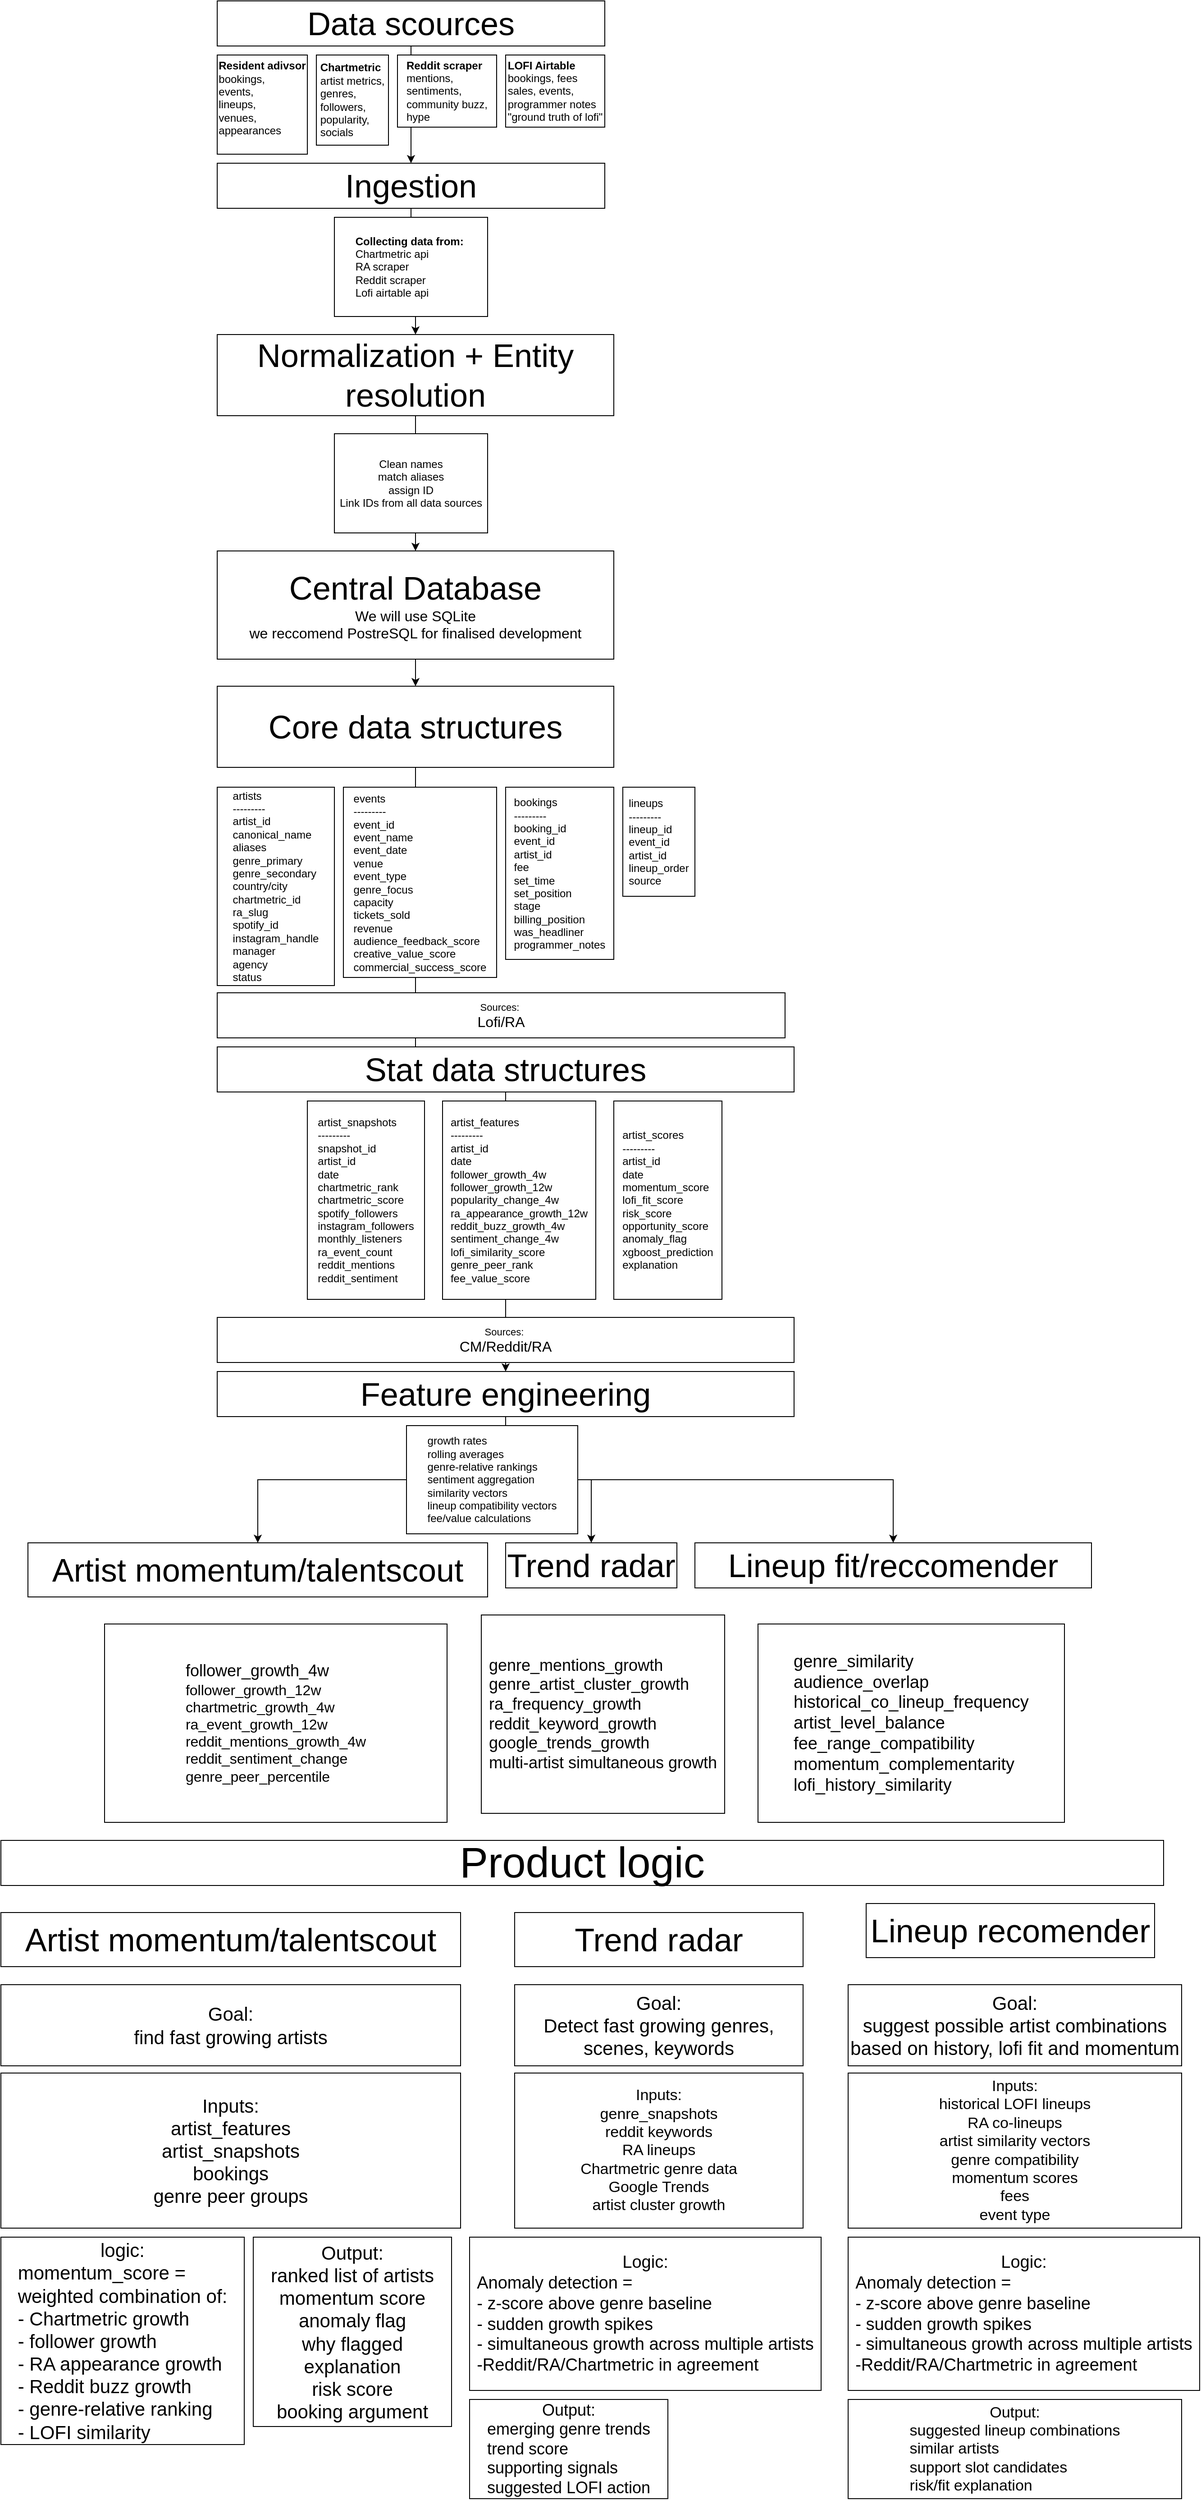
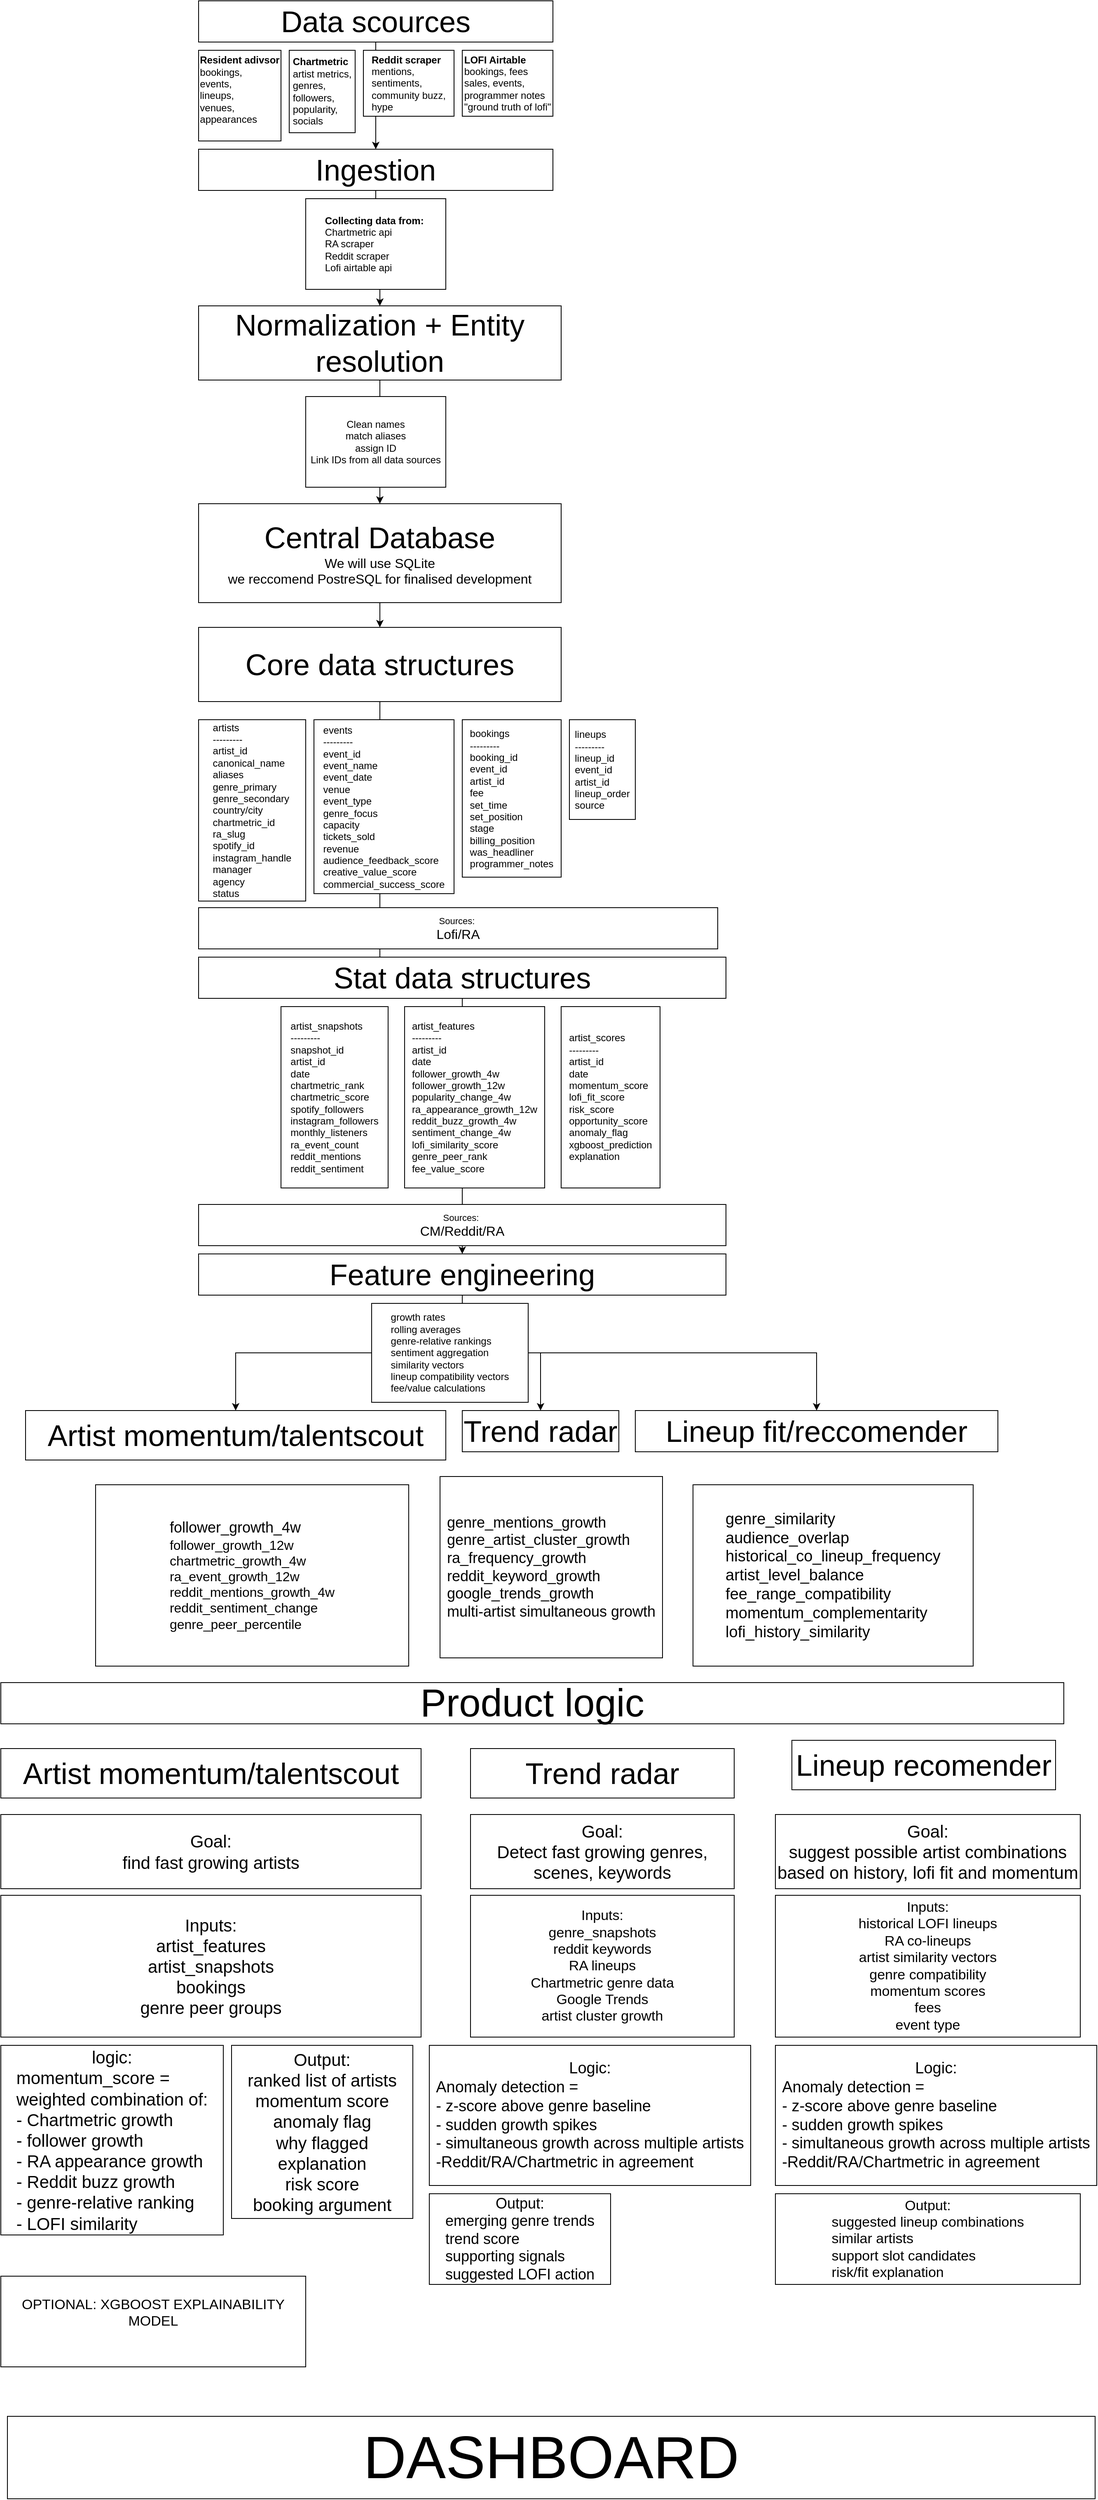
<mxfile host="app.diagrams.net">
  <diagram name="Pagina-1" id="EbsHlEUmd5C1XQdSKPcw">
-     <mxGraphModel dx="2836" dy="1077" grid="1" gridSize="10" guides="1" tooltips="1" connect="1" arrows="1" fold="1" page="1" pageScale="1" pageWidth="827" pageHeight="1169" math="0" shadow="0">
+     <mxGraphModel dx="2481" dy="887" grid="1" gridSize="10" guides="1" tooltips="1" connect="1" arrows="1" fold="1" page="1" pageScale="1" pageWidth="827" pageHeight="1169" math="0" shadow="0">
      <root>
        <mxCell id="0" />
        <mxCell id="1" parent="0" />
        <mxCell id="IS1pQjUSRLfmHb4GL3-O-3" edge="1" parent="1" source="IS1pQjUSRLfmHb4GL3-O-1" style="edgeStyle=orthogonalEdgeStyle;rounded=0;orthogonalLoop=1;jettySize=auto;html=1;" target="IS1pQjUSRLfmHb4GL3-O-2" value="">
          <mxGeometry relative="1" as="geometry" />
        </mxCell>
        <mxCell id="IS1pQjUSRLfmHb4GL3-O-1" parent="1" style="rounded=0;whiteSpace=wrap;html=1;" value="&lt;font style=&quot;font-size: 36px;&quot;&gt;Data scources&lt;/font&gt;" vertex="1">
          <mxGeometry height="50" width="430" x="120" y="40" as="geometry" />
        </mxCell>
        <mxCell id="IS1pQjUSRLfmHb4GL3-O-5" edge="1" parent="1" source="IS1pQjUSRLfmHb4GL3-O-2" style="edgeStyle=orthogonalEdgeStyle;rounded=0;orthogonalLoop=1;jettySize=auto;html=1;" target="IS1pQjUSRLfmHb4GL3-O-4" value="">
          <mxGeometry relative="1" as="geometry" />
        </mxCell>
        <mxCell id="IS1pQjUSRLfmHb4GL3-O-2" parent="1" style="whiteSpace=wrap;html=1;rounded=0;" value="&lt;div&gt;&lt;font style=&quot;font-size: 36px;&quot;&gt;Ingestion&lt;/font&gt;&lt;/div&gt;" vertex="1">
          <mxGeometry height="50" width="430" x="120" y="220" as="geometry" />
        </mxCell>
        <mxCell id="IS1pQjUSRLfmHb4GL3-O-13" edge="1" parent="1" source="IS1pQjUSRLfmHb4GL3-O-4" style="edgeStyle=orthogonalEdgeStyle;rounded=0;orthogonalLoop=1;jettySize=auto;html=1;" target="IS1pQjUSRLfmHb4GL3-O-12" value="">
          <mxGeometry relative="1" as="geometry" />
        </mxCell>
        <mxCell id="IS1pQjUSRLfmHb4GL3-O-4" parent="1" style="whiteSpace=wrap;html=1;rounded=0;" value="&lt;font style=&quot;font-size: 36px;&quot;&gt;Normalization + Entity resolution&lt;/font&gt;" vertex="1">
          <mxGeometry height="90" width="440" x="120" y="410" as="geometry" />
        </mxCell>
        <mxCell id="IS1pQjUSRLfmHb4GL3-O-7" parent="1" style="rounded=0;whiteSpace=wrap;html=1;" value="&lt;div style=&quot;text-align: left;&quot;&gt;&lt;b&gt;Chartmetric&lt;/b&gt;&lt;/div&gt;&lt;div style=&quot;text-align: left;&quot;&gt;artist metrics,&lt;/div&gt;&lt;div style=&quot;text-align: left;&quot;&gt;genres,&amp;nbsp;&lt;/div&gt;&lt;div style=&quot;text-align: left;&quot;&gt;followers,&amp;nbsp;&lt;/div&gt;&lt;div style=&quot;text-align: left;&quot;&gt;popularity,&amp;nbsp;&lt;/div&gt;&lt;div style=&quot;text-align: left;&quot;&gt;socials&lt;/div&gt;" vertex="1">
          <mxGeometry height="100" width="80" x="230" y="100" as="geometry" />
        </mxCell>
        <mxCell id="IS1pQjUSRLfmHb4GL3-O-8" parent="1" style="rounded=0;whiteSpace=wrap;html=1;" value="&lt;div style=&quot;text-align: left;&quot;&gt;&lt;b&gt;Resident adivsor&lt;/b&gt;&lt;/div&gt;&lt;div style=&quot;text-align: left;&quot;&gt;bookings,&lt;/div&gt;&lt;div style=&quot;text-align: left;&quot;&gt;events,&lt;/div&gt;&lt;div style=&quot;text-align: left;&quot;&gt;lineups,&lt;/div&gt;&lt;div style=&quot;text-align: left;&quot;&gt;venues,&lt;/div&gt;&lt;div style=&quot;text-align: left;&quot;&gt;appearances&lt;/div&gt;&lt;div style=&quot;text-align: left;&quot;&gt;&lt;b&gt;&lt;br&gt;&lt;/b&gt;&lt;/div&gt;" vertex="1">
          <mxGeometry height="110" width="100" x="120" y="100" as="geometry" />
        </mxCell>
        <mxCell id="IS1pQjUSRLfmHb4GL3-O-9" parent="1" style="rounded=0;whiteSpace=wrap;html=1;" value="&lt;div style=&quot;text-align: left;&quot;&gt;&lt;b style=&quot;background-color: transparent; color: light-dark(rgb(0, 0, 0), rgb(255, 255, 255));&quot;&gt;Reddit scraper&lt;/b&gt;&lt;/div&gt;&lt;div style=&quot;text-align: left;&quot;&gt;mentions,&lt;/div&gt;&lt;div style=&quot;text-align: left;&quot;&gt;sentiments,&lt;/div&gt;&lt;div style=&quot;text-align: left;&quot;&gt;community buzz,&lt;/div&gt;&lt;div style=&quot;text-align: left;&quot;&gt;hype&lt;/div&gt;" vertex="1">
          <mxGeometry height="80" width="110" x="320" y="100" as="geometry" />
        </mxCell>
        <mxCell id="IS1pQjUSRLfmHb4GL3-O-10" parent="1" style="rounded=0;whiteSpace=wrap;html=1;" value="&lt;div style=&quot;text-align: left;&quot;&gt;&lt;b&gt;LOFI Airtable&lt;/b&gt;&lt;/div&gt;&lt;div style=&quot;text-align: left;&quot;&gt;bookings, fees&lt;/div&gt;&lt;div style=&quot;text-align: left;&quot;&gt;sales, events,&lt;/div&gt;&lt;div style=&quot;text-align: left;&quot;&gt;programmer notes&lt;/div&gt;&lt;div style=&quot;text-align: left;&quot;&gt;&quot;ground truth of lofi&quot;&lt;/div&gt;" vertex="1">
          <mxGeometry height="80" width="110" x="440" y="100" as="geometry" />
        </mxCell>
        <mxCell id="IS1pQjUSRLfmHb4GL3-O-11" parent="1" style="rounded=0;whiteSpace=wrap;html=1;" value="&lt;div style=&quot;text-align: left;&quot;&gt;&lt;b&gt;Collecting data from:&amp;nbsp;&lt;/b&gt;&lt;/div&gt;&lt;div style=&quot;text-align: left;&quot;&gt;Chartmetric api&lt;/div&gt;&lt;div style=&quot;text-align: left;&quot;&gt;RA scraper&lt;/div&gt;&lt;div style=&quot;text-align: left;&quot;&gt;Reddit scraper&lt;/div&gt;&lt;div style=&quot;text-align: left;&quot;&gt;Lofi airtable api&lt;/div&gt;" vertex="1">
          <mxGeometry height="110" width="170" x="250" y="280" as="geometry" />
        </mxCell>
        <mxCell id="IS1pQjUSRLfmHb4GL3-O-15" edge="1" parent="1" source="IS1pQjUSRLfmHb4GL3-O-12" style="edgeStyle=orthogonalEdgeStyle;rounded=0;orthogonalLoop=1;jettySize=auto;html=1;" target="IS1pQjUSRLfmHb4GL3-O-14" value="">
          <mxGeometry relative="1" as="geometry" />
        </mxCell>
        <mxCell id="IS1pQjUSRLfmHb4GL3-O-12" parent="1" style="whiteSpace=wrap;html=1;rounded=0;" value="&lt;span style=&quot;font-size: 36px;&quot;&gt;Central Database&lt;/span&gt;&lt;div&gt;&lt;font size=&quot;3&quot;&gt;We will use SQLite&lt;/font&gt;&lt;/div&gt;&lt;div&gt;&lt;font size=&quot;3&quot;&gt;we reccomend PostreSQL for finalised development&lt;/font&gt;&lt;/div&gt;" vertex="1">
          <mxGeometry height="120" width="440" x="120" y="650" as="geometry" />
        </mxCell>
        <mxCell id="IS1pQjUSRLfmHb4GL3-O-31" edge="1" parent="1" source="IS1pQjUSRLfmHb4GL3-O-14" style="edgeStyle=orthogonalEdgeStyle;rounded=0;orthogonalLoop=1;jettySize=auto;html=1;" target="IS1pQjUSRLfmHb4GL3-O-33" value="">
          <mxGeometry relative="1" as="geometry" />
        </mxCell>
        <mxCell id="IS1pQjUSRLfmHb4GL3-O-14" parent="1" style="whiteSpace=wrap;html=1;rounded=0;" value="&lt;font style=&quot;font-size: 36px;&quot;&gt;Core data structures&lt;/font&gt;" vertex="1">
          <mxGeometry height="90" width="440" x="120" y="800" as="geometry" />
        </mxCell>
        <mxCell id="IS1pQjUSRLfmHb4GL3-O-16" parent="1" style="rounded=0;whiteSpace=wrap;html=1;" value="Clean names&lt;div&gt;match aliases&lt;/div&gt;&lt;div&gt;assign ID&lt;/div&gt;&lt;div&gt;Link IDs from all data sources&lt;/div&gt;" vertex="1">
          <mxGeometry height="110" width="170" x="250" y="520" as="geometry" />
        </mxCell>
        <mxCell id="IS1pQjUSRLfmHb4GL3-O-17" parent="1" style="rounded=0;whiteSpace=wrap;html=1;" value="&lt;div style=&quot;text-align: justify;&quot;&gt;artists&lt;/div&gt;&lt;div style=&quot;text-align: justify;&quot;&gt;---------&lt;/div&gt;&lt;div style=&quot;text-align: justify;&quot;&gt;artist_id&lt;/div&gt;&lt;div style=&quot;text-align: justify;&quot;&gt;canonical_name&lt;/div&gt;&lt;div style=&quot;text-align: justify;&quot;&gt;aliases&lt;/div&gt;&lt;div style=&quot;text-align: justify;&quot;&gt;genre_primary&lt;/div&gt;&lt;div style=&quot;text-align: justify;&quot;&gt;genre_secondary&lt;/div&gt;&lt;div style=&quot;text-align: justify;&quot;&gt;country/city&lt;/div&gt;&lt;div style=&quot;text-align: justify;&quot;&gt;chartmetric_id&lt;/div&gt;&lt;div style=&quot;text-align: justify;&quot;&gt;ra_slug&lt;/div&gt;&lt;div style=&quot;text-align: justify;&quot;&gt;spotify_id&lt;/div&gt;&lt;div style=&quot;text-align: justify;&quot;&gt;instagram_handle&lt;/div&gt;&lt;div style=&quot;text-align: justify;&quot;&gt;manager&lt;/div&gt;&lt;div style=&quot;text-align: justify;&quot;&gt;agency&lt;/div&gt;&lt;div style=&quot;text-align: justify;&quot;&gt;status&lt;/div&gt;" vertex="1">
          <mxGeometry height="220" width="130" x="120" y="912" as="geometry" />
        </mxCell>
        <mxCell id="IS1pQjUSRLfmHb4GL3-O-19" parent="1" style="rounded=0;whiteSpace=wrap;html=1;" value="&lt;div style=&quot;text-align: justify;&quot;&gt;&lt;div&gt;events&lt;/div&gt;&lt;div&gt;---------&lt;/div&gt;&lt;div&gt;event_id&lt;/div&gt;&lt;div&gt;event_name&lt;/div&gt;&lt;div&gt;event_date&lt;/div&gt;&lt;div&gt;venue&lt;/div&gt;&lt;div&gt;event_type&lt;/div&gt;&lt;div&gt;genre_focus&lt;/div&gt;&lt;div&gt;capacity&lt;/div&gt;&lt;div&gt;tickets_sold&lt;/div&gt;&lt;div&gt;revenue&lt;/div&gt;&lt;div&gt;audience_feedback_score&lt;/div&gt;&lt;div&gt;creative_value_score&lt;/div&gt;&lt;div&gt;commercial_success_score&lt;/div&gt;&lt;/div&gt;" vertex="1">
          <mxGeometry height="211" width="170" x="260" y="912" as="geometry" />
        </mxCell>
        <mxCell id="IS1pQjUSRLfmHb4GL3-O-20" parent="1" style="rounded=0;whiteSpace=wrap;html=1;" value="&lt;div style=&quot;text-align: justify;&quot;&gt;&lt;div&gt;bookings&lt;/div&gt;&lt;div&gt;---------&lt;/div&gt;&lt;div&gt;booking_id&lt;/div&gt;&lt;div&gt;event_id&lt;/div&gt;&lt;div&gt;artist_id&lt;/div&gt;&lt;div&gt;fee&lt;/div&gt;&lt;div&gt;set_time&lt;/div&gt;&lt;div&gt;set_position&lt;/div&gt;&lt;div&gt;stage&lt;/div&gt;&lt;div&gt;billing_position&lt;/div&gt;&lt;div&gt;was_headliner&lt;/div&gt;&lt;div&gt;programmer_notes&lt;/div&gt;&lt;/div&gt;" vertex="1">
          <mxGeometry height="191" width="120" x="440" y="912" as="geometry" />
        </mxCell>
        <mxCell id="IS1pQjUSRLfmHb4GL3-O-21" parent="1" style="rounded=0;whiteSpace=wrap;html=1;" value="&lt;div style=&quot;text-align: justify;&quot;&gt;&lt;div&gt;lineups&lt;/div&gt;&lt;div&gt;---------&lt;/div&gt;&lt;div&gt;lineup_id&lt;/div&gt;&lt;div&gt;event_id&lt;/div&gt;&lt;div&gt;artist_id&lt;/div&gt;&lt;div&gt;lineup_order&lt;/div&gt;&lt;div&gt;source&lt;/div&gt;&lt;/div&gt;" vertex="1">
          <mxGeometry height="121" width="80" x="570" y="912" as="geometry" />
        </mxCell>
        <mxCell id="IS1pQjUSRLfmHb4GL3-O-24" parent="1" style="whiteSpace=wrap;html=1;rounded=0;" value="&lt;font style=&quot;font-size: 11px;&quot;&gt;Sources:&amp;nbsp;&lt;/font&gt;&lt;div&gt;&lt;font size=&quot;3&quot;&gt;Lofi/RA&lt;/font&gt;&lt;/div&gt;" vertex="1">
          <mxGeometry height="50" width="630" x="120" y="1140" as="geometry" />
        </mxCell>
        <mxCell id="IS1pQjUSRLfmHb4GL3-O-26" parent="1" style="whiteSpace=wrap;html=1;rounded=0;" value="&lt;span style=&quot;font-size: 36px;&quot;&gt;Stat data structures&lt;/span&gt;" vertex="1">
          <mxGeometry height="50" width="640" x="120" y="1200" as="geometry" />
        </mxCell>
        <mxCell id="IS1pQjUSRLfmHb4GL3-O-27" parent="1" style="rounded=0;whiteSpace=wrap;html=1;" value="&lt;div style=&quot;text-align: justify;&quot;&gt;&lt;div&gt;artist_snapshots&lt;/div&gt;&lt;div&gt;---------&lt;/div&gt;&lt;div&gt;snapshot_id&lt;/div&gt;&lt;div&gt;artist_id&lt;/div&gt;&lt;div&gt;date&lt;/div&gt;&lt;div&gt;chartmetric_rank&lt;/div&gt;&lt;div&gt;chartmetric_score&lt;/div&gt;&lt;div&gt;spotify_followers&lt;/div&gt;&lt;div&gt;instagram_followers&lt;/div&gt;&lt;div&gt;monthly_listeners&lt;/div&gt;&lt;div&gt;ra_event_count&lt;/div&gt;&lt;div&gt;reddit_mentions&lt;/div&gt;&lt;div&gt;reddit_sentiment&lt;/div&gt;&lt;/div&gt;" vertex="1">
          <mxGeometry height="220" width="130" x="220" y="1260" as="geometry" />
        </mxCell>
        <mxCell id="IS1pQjUSRLfmHb4GL3-O-28" parent="1" style="rounded=0;whiteSpace=wrap;html=1;" value="&lt;div style=&quot;text-align: justify;&quot;&gt;&lt;div&gt;artist_features&lt;/div&gt;&lt;div&gt;---------&lt;/div&gt;&lt;div&gt;artist_id&lt;/div&gt;&lt;div&gt;date&lt;/div&gt;&lt;div&gt;follower_growth_4w&lt;/div&gt;&lt;div&gt;follower_growth_12w&lt;/div&gt;&lt;div&gt;popularity_change_4w&lt;/div&gt;&lt;div&gt;ra_appearance_growth_12w&lt;/div&gt;&lt;div&gt;reddit_buzz_growth_4w&lt;/div&gt;&lt;div&gt;sentiment_change_4w&lt;/div&gt;&lt;div&gt;lofi_similarity_score&lt;/div&gt;&lt;div&gt;genre_peer_rank&lt;/div&gt;&lt;div&gt;fee_value_score&lt;/div&gt;&lt;/div&gt;" vertex="1">
          <mxGeometry height="220" width="170" x="370" y="1260" as="geometry" />
        </mxCell>
        <mxCell id="IS1pQjUSRLfmHb4GL3-O-29" parent="1" style="rounded=0;whiteSpace=wrap;html=1;" value="&lt;div style=&quot;text-align: justify;&quot;&gt;&lt;div&gt;artist_scores&lt;/div&gt;&lt;div&gt;---------&lt;/div&gt;&lt;div&gt;artist_id&lt;/div&gt;&lt;div&gt;date&lt;/div&gt;&lt;div&gt;momentum_score&lt;/div&gt;&lt;div&gt;lofi_fit_score&lt;/div&gt;&lt;div&gt;risk_score&lt;/div&gt;&lt;div&gt;opportunity_score&lt;/div&gt;&lt;div&gt;anomaly_flag&lt;/div&gt;&lt;div&gt;xgboost_prediction&lt;/div&gt;&lt;div&gt;explanation&lt;/div&gt;&lt;/div&gt;" vertex="1">
          <mxGeometry height="220" width="120" x="560" y="1260" as="geometry" />
        </mxCell>
        <mxCell id="IS1pQjUSRLfmHb4GL3-O-30" parent="1" style="whiteSpace=wrap;html=1;rounded=0;" value="&lt;font style=&quot;font-size: 11px;&quot;&gt;Sources:&amp;nbsp;&lt;/font&gt;&lt;div&gt;&lt;font size=&quot;3&quot;&gt;CM/Reddit/RA&lt;/font&gt;&lt;/div&gt;" vertex="1">
          <mxGeometry height="50" width="640" x="120" y="1500" as="geometry" />
        </mxCell>
        <mxCell id="IS1pQjUSRLfmHb4GL3-O-38" edge="1" parent="1" source="IS1pQjUSRLfmHb4GL3-O-33" style="edgeStyle=orthogonalEdgeStyle;rounded=0;orthogonalLoop=1;jettySize=auto;html=1;entryX=0.5;entryY=0;entryDx=0;entryDy=0;" target="IS1pQjUSRLfmHb4GL3-O-40" value="">
          <mxGeometry relative="1" as="geometry" />
        </mxCell>
        <mxCell id="IS1pQjUSRLfmHb4GL3-O-47" edge="1" parent="1" source="IS1pQjUSRLfmHb4GL3-O-33" style="edgeStyle=orthogonalEdgeStyle;rounded=0;orthogonalLoop=1;jettySize=auto;html=1;" target="IS1pQjUSRLfmHb4GL3-O-42">
          <mxGeometry relative="1" as="geometry" />
        </mxCell>
        <mxCell id="IS1pQjUSRLfmHb4GL3-O-48" edge="1" parent="1" source="IS1pQjUSRLfmHb4GL3-O-33" style="edgeStyle=orthogonalEdgeStyle;rounded=0;orthogonalLoop=1;jettySize=auto;html=1;entryX=0.5;entryY=0;entryDx=0;entryDy=0;" target="IS1pQjUSRLfmHb4GL3-O-41">
          <mxGeometry relative="1" as="geometry" />
        </mxCell>
        <mxCell id="IS1pQjUSRLfmHb4GL3-O-33" parent="1" style="whiteSpace=wrap;html=1;rounded=0;" value="&lt;span style=&quot;font-size: 36px;&quot;&gt;Feature engineering&lt;/span&gt;" vertex="1">
          <mxGeometry height="50" width="640" x="120" y="1560" as="geometry" />
        </mxCell>
        <mxCell id="IS1pQjUSRLfmHb4GL3-O-37" parent="1" style="rounded=0;whiteSpace=wrap;html=1;" value="&lt;div style=&quot;text-align: justify;&quot;&gt;growth rates&lt;/div&gt;&lt;div style=&quot;text-align: justify;&quot;&gt;rolling averages&lt;/div&gt;&lt;div style=&quot;text-align: justify;&quot;&gt;genre-relative rankings&lt;/div&gt;&lt;div style=&quot;text-align: justify;&quot;&gt;sentiment aggregation&lt;/div&gt;&lt;div style=&quot;text-align: justify;&quot;&gt;similarity vectors&lt;/div&gt;&lt;div style=&quot;text-align: justify;&quot;&gt;lineup compatibility vectors&lt;/div&gt;&lt;div style=&quot;text-align: justify;&quot;&gt;fee/value calculations&amp;nbsp;&amp;nbsp;&lt;/div&gt;" vertex="1">
          <mxGeometry height="120" width="190" x="330" y="1620" as="geometry" />
        </mxCell>
        <mxCell id="IS1pQjUSRLfmHb4GL3-O-40" parent="1" style="whiteSpace=wrap;html=1;rounded=0;" value="&lt;span style=&quot;font-size: 36px;&quot;&gt;Artist momentum/talentscout&lt;/span&gt;" vertex="1">
          <mxGeometry height="60" width="510" x="-90" y="1750" as="geometry" />
        </mxCell>
        <mxCell id="IS1pQjUSRLfmHb4GL3-O-41" parent="1" style="whiteSpace=wrap;html=1;rounded=0;" value="&lt;span style=&quot;font-size: 36px;&quot;&gt;Trend radar&lt;/span&gt;" vertex="1">
          <mxGeometry height="50" width="190" x="440" y="1750" as="geometry" />
        </mxCell>
        <mxCell id="IS1pQjUSRLfmHb4GL3-O-42" parent="1" style="whiteSpace=wrap;html=1;rounded=0;" value="&lt;span style=&quot;font-size: 36px;&quot;&gt;Lineup fit/reccomender&lt;/span&gt;" vertex="1">
          <mxGeometry height="50" width="440" x="650" y="1750" as="geometry" />
        </mxCell>
        <mxCell id="IS1pQjUSRLfmHb4GL3-O-43" parent="1" style="rounded=0;whiteSpace=wrap;html=1;" value="&lt;div style=&quot;text-align: justify;&quot;&gt;&lt;div&gt;&lt;font style=&quot;font-size: 18px;&quot;&gt;follower_growth_4w&lt;/font&gt;&lt;/div&gt;&lt;div&gt;&lt;font size=&quot;3&quot;&gt;follower_growth_12w&lt;/font&gt;&lt;/div&gt;&lt;div&gt;&lt;font size=&quot;3&quot;&gt;chartmetric_growth_4w&lt;/font&gt;&lt;/div&gt;&lt;div&gt;&lt;font size=&quot;3&quot;&gt;ra_event_growth_12w&lt;/font&gt;&lt;/div&gt;&lt;div&gt;&lt;font size=&quot;3&quot;&gt;reddit_mentions_growth_4w&lt;/font&gt;&lt;/div&gt;&lt;div&gt;&lt;font size=&quot;3&quot;&gt;reddit_sentiment_change&lt;/font&gt;&lt;/div&gt;&lt;div&gt;&lt;font size=&quot;3&quot;&gt;genre_peer_percentile&lt;/font&gt;&lt;/div&gt;&lt;/div&gt;" vertex="1">
          <mxGeometry height="220" width="380" x="-5" y="1840" as="geometry" />
        </mxCell>
        <mxCell id="IS1pQjUSRLfmHb4GL3-O-44" parent="1" style="rounded=0;whiteSpace=wrap;html=1;" value="&lt;div style=&quot;text-align: justify;&quot;&gt;&lt;div&gt;&lt;font style=&quot;font-size: 18px;&quot;&gt;genre_mentions_growth&lt;/font&gt;&lt;/div&gt;&lt;div&gt;&lt;font style=&quot;font-size: 18px;&quot;&gt;genre_artist_cluster_growth&lt;/font&gt;&lt;/div&gt;&lt;div&gt;&lt;font style=&quot;font-size: 18px;&quot;&gt;ra_frequency_growth&lt;/font&gt;&lt;/div&gt;&lt;div&gt;&lt;font style=&quot;font-size: 18px;&quot;&gt;reddit_keyword_growth&lt;/font&gt;&lt;/div&gt;&lt;div&gt;&lt;font style=&quot;font-size: 18px;&quot;&gt;google_trends_growth&lt;/font&gt;&lt;/div&gt;&lt;div&gt;&lt;font style=&quot;font-size: 18px;&quot;&gt;multi-artist simultaneous growth&lt;/font&gt;&lt;/div&gt;&lt;/div&gt;" vertex="1">
          <mxGeometry height="220" width="270" x="413" y="1830" as="geometry" />
        </mxCell>
        <mxCell id="IS1pQjUSRLfmHb4GL3-O-45" parent="1" style="rounded=0;whiteSpace=wrap;html=1;" value="&lt;div style=&quot;text-align: justify;&quot;&gt;&lt;div&gt;&lt;font style=&quot;font-size: 19px;&quot;&gt;genre_similarity&lt;/font&gt;&lt;/div&gt;&lt;div&gt;&lt;font style=&quot;font-size: 19px;&quot;&gt;audience_overlap&lt;/font&gt;&lt;/div&gt;&lt;div&gt;&lt;font style=&quot;font-size: 19px;&quot;&gt;historical_co_lineup_frequency&lt;/font&gt;&lt;/div&gt;&lt;div&gt;&lt;font style=&quot;font-size: 19px;&quot;&gt;artist_level_balance&lt;/font&gt;&lt;/div&gt;&lt;div&gt;&lt;font style=&quot;font-size: 19px;&quot;&gt;fee_range_compatibility&lt;/font&gt;&lt;/div&gt;&lt;div&gt;&lt;font style=&quot;font-size: 19px;&quot;&gt;momentum_complementarity&lt;/font&gt;&lt;/div&gt;&lt;div&gt;&lt;font style=&quot;font-size: 19px;&quot;&gt;lofi_history_similarity&lt;/font&gt;&lt;/div&gt;&lt;/div&gt;" vertex="1">
          <mxGeometry height="220" width="340" x="720" y="1840" as="geometry" />
        </mxCell>
        <mxCell id="IS1pQjUSRLfmHb4GL3-O-51" parent="1" style="whiteSpace=wrap;html=1;rounded=0;" value="&lt;font style=&quot;font-size: 47px;&quot;&gt;Product logic&lt;/font&gt;" vertex="1">
          <mxGeometry height="50" width="1290" x="-120" y="2080" as="geometry" />
        </mxCell>
        <mxCell id="IS1pQjUSRLfmHb4GL3-O-53" parent="1" style="whiteSpace=wrap;html=1;rounded=0;" value="&lt;span style=&quot;font-size: 36px;&quot;&gt;Artist momentum/talentscout&lt;/span&gt;" vertex="1">
          <mxGeometry height="60" width="510" x="-120" y="2160" as="geometry" />
        </mxCell>
        <mxCell id="IS1pQjUSRLfmHb4GL3-O-54" parent="1" style="whiteSpace=wrap;html=1;rounded=0;" value="&lt;font style=&quot;font-size: 21px;&quot;&gt;Goal:&lt;/font&gt;&lt;div&gt;&lt;font style=&quot;font-size: 21px;&quot;&gt;find fast growing artists&lt;/font&gt;&lt;/div&gt;" vertex="1">
          <mxGeometry height="90" width="510" x="-120" y="2240" as="geometry" />
        </mxCell>
        <mxCell id="IS1pQjUSRLfmHb4GL3-O-55" parent="1" style="whiteSpace=wrap;html=1;rounded=0;" value="&lt;span style=&quot;font-size: 21px;&quot;&gt;Inputs:&lt;/span&gt;&lt;div&gt;&lt;div style=&quot;&quot;&gt;&lt;span style=&quot;font-size: 21px;&quot;&gt;artist_features&lt;/span&gt;&lt;/div&gt;&lt;div style=&quot;&quot;&gt;&lt;span style=&quot;font-size: 21px;&quot;&gt;artist_snapshots&lt;/span&gt;&lt;/div&gt;&lt;div style=&quot;&quot;&gt;&lt;span style=&quot;font-size: 21px;&quot;&gt;bookings&lt;/span&gt;&lt;/div&gt;&lt;div style=&quot;&quot;&gt;&lt;span style=&quot;font-size: 21px;&quot;&gt;genre peer groups&lt;/span&gt;&lt;/div&gt;&lt;/div&gt;" vertex="1">
          <mxGeometry height="172" width="510" x="-120" y="2338" as="geometry" />
        </mxCell>
        <mxCell id="IS1pQjUSRLfmHb4GL3-O-56" parent="1" style="whiteSpace=wrap;html=1;rounded=0;" value="&lt;div&gt;&lt;span style=&quot;font-size: 21px; background-color: transparent; color: light-dark(rgb(0, 0, 0), rgb(255, 255, 255));&quot;&gt;logic:&lt;/span&gt;&lt;/div&gt;&lt;div style=&quot;text-align: justify;&quot;&gt;&lt;span style=&quot;font-size: 21px;&quot;&gt;momentum_score =&lt;/span&gt;&lt;/div&gt;&lt;div style=&quot;text-align: justify;&quot;&gt;&lt;span style=&quot;font-size: 21px;&quot;&gt;weighted combination of:&lt;/span&gt;&lt;/div&gt;&lt;div style=&quot;text-align: justify;&quot;&gt;&lt;span style=&quot;font-size: 21px;&quot;&gt;- Chartmetric growth&lt;/span&gt;&lt;/div&gt;&lt;div style=&quot;text-align: justify;&quot;&gt;&lt;span style=&quot;font-size: 21px;&quot;&gt;- follower growth&lt;/span&gt;&lt;/div&gt;&lt;div style=&quot;text-align: justify;&quot;&gt;&lt;span style=&quot;font-size: 21px;&quot;&gt;- RA appearance growth&lt;/span&gt;&lt;/div&gt;&lt;div style=&quot;text-align: justify;&quot;&gt;&lt;span style=&quot;font-size: 21px;&quot;&gt;- Reddit buzz growth&lt;/span&gt;&lt;/div&gt;&lt;div style=&quot;text-align: justify;&quot;&gt;&lt;span style=&quot;font-size: 21px;&quot;&gt;- genre-relative ranking&lt;/span&gt;&lt;/div&gt;&lt;div style=&quot;text-align: justify;&quot;&gt;&lt;span style=&quot;font-size: 21px;&quot;&gt;- LOFI similarity&lt;/span&gt;&lt;/div&gt;" vertex="1">
          <mxGeometry height="230" width="270" x="-120" y="2520" as="geometry" />
        </mxCell>
        <mxCell id="IS1pQjUSRLfmHb4GL3-O-57" parent="1" style="whiteSpace=wrap;html=1;rounded=0;" value="&lt;div&gt;&lt;span style=&quot;font-size: 21px;&quot;&gt;Output:&lt;/span&gt;&lt;/div&gt;&lt;div&gt;&lt;div style=&quot;&quot;&gt;&lt;span style=&quot;font-size: 21px;&quot;&gt;ranked list of artists&lt;/span&gt;&lt;/div&gt;&lt;div style=&quot;&quot;&gt;&lt;span style=&quot;font-size: 21px;&quot;&gt;momentum score&lt;/span&gt;&lt;/div&gt;&lt;div style=&quot;&quot;&gt;&lt;span style=&quot;font-size: 21px;&quot;&gt;anomaly flag&lt;/span&gt;&lt;/div&gt;&lt;div style=&quot;&quot;&gt;&lt;span style=&quot;font-size: 21px;&quot;&gt;why flagged explanation&lt;/span&gt;&lt;/div&gt;&lt;div style=&quot;&quot;&gt;&lt;span style=&quot;font-size: 21px;&quot;&gt;risk score&lt;/span&gt;&lt;/div&gt;&lt;div style=&quot;&quot;&gt;&lt;span style=&quot;font-size: 21px;&quot;&gt;booking argument&lt;/span&gt;&lt;/div&gt;&lt;/div&gt;" vertex="1">
          <mxGeometry height="210" width="220" x="160" y="2520" as="geometry" />
        </mxCell>
        <mxCell id="IS1pQjUSRLfmHb4GL3-O-58" parent="1" style="whiteSpace=wrap;html=1;rounded=0;" value="&lt;span style=&quot;font-size: 36px;&quot;&gt;Trend radar&lt;/span&gt;" vertex="1">
          <mxGeometry height="60" width="320" x="450" y="2160" as="geometry" />
        </mxCell>
        <mxCell id="IS1pQjUSRLfmHb4GL3-O-59" parent="1" style="whiteSpace=wrap;html=1;rounded=0;" value="&lt;font style=&quot;font-size: 21px;&quot;&gt;Goal:&lt;/font&gt;&lt;div&gt;&lt;font style=&quot;font-size: 21px;&quot;&gt;Detect fast growing genres, scenes, keywords&lt;/font&gt;&lt;/div&gt;" vertex="1">
          <mxGeometry height="90" width="320" x="450" y="2240" as="geometry" />
        </mxCell>
        <mxCell id="IS1pQjUSRLfmHb4GL3-O-60" parent="1" style="whiteSpace=wrap;html=1;rounded=0;" value="&lt;font style=&quot;font-size: 17px;&quot;&gt;Inputs:&lt;/font&gt;&lt;div&gt;&lt;div style=&quot;&quot;&gt;&lt;div&gt;&lt;font style=&quot;font-size: 17px;&quot;&gt;genre_snapshots&lt;/font&gt;&lt;/div&gt;&lt;div&gt;&lt;font style=&quot;font-size: 17px;&quot;&gt;reddit keywords&lt;/font&gt;&lt;/div&gt;&lt;div&gt;&lt;font style=&quot;font-size: 17px;&quot;&gt;RA lineups&lt;/font&gt;&lt;/div&gt;&lt;div&gt;&lt;font style=&quot;font-size: 17px;&quot;&gt;Chartmetric genre data&lt;/font&gt;&lt;/div&gt;&lt;div&gt;&lt;font style=&quot;font-size: 17px;&quot;&gt;Google Trends&lt;/font&gt;&lt;/div&gt;&lt;div&gt;&lt;font style=&quot;font-size: 17px;&quot;&gt;artist cluster growth&lt;/font&gt;&lt;/div&gt;&lt;/div&gt;&lt;/div&gt;" vertex="1">
          <mxGeometry height="172" width="320" x="450" y="2338" as="geometry" />
        </mxCell>
        <mxCell id="IS1pQjUSRLfmHb4GL3-O-61" parent="1" style="whiteSpace=wrap;html=1;rounded=0;" value="&lt;div&gt;&lt;span style=&quot;font-size: 19px;&quot;&gt;Logic:&lt;/span&gt;&lt;/div&gt;&lt;font style=&quot;font-size: 19px;&quot;&gt;&lt;div style=&quot;text-align: justify;&quot;&gt;&lt;span style=&quot;background-color: transparent; color: light-dark(rgb(0, 0, 0), rgb(255, 255, 255));&quot;&gt;Anomaly detection =&lt;/span&gt;&lt;/div&gt;&lt;div style=&quot;text-align: justify;&quot;&gt;&lt;span style=&quot;background-color: transparent; color: light-dark(rgb(0, 0, 0), rgb(255, 255, 255));&quot;&gt;- z-score above genre baseline&lt;/span&gt;&lt;/div&gt;&lt;div style=&quot;text-align: justify;&quot;&gt;&lt;span style=&quot;background-color: transparent; color: light-dark(rgb(0, 0, 0), rgb(255, 255, 255));&quot;&gt;- sudden growth spikes&lt;/span&gt;&lt;/div&gt;&lt;div style=&quot;text-align: justify;&quot;&gt;&lt;span style=&quot;background-color: transparent; color: light-dark(rgb(0, 0, 0), rgb(255, 255, 255));&quot;&gt;- simultaneous growth across multiple artists&lt;/span&gt;&lt;/div&gt;&lt;div style=&quot;text-align: justify;&quot;&gt;&lt;span style=&quot;background-color: transparent; color: light-dark(rgb(0, 0, 0), rgb(255, 255, 255));&quot;&gt;-Reddit/RA/Chartmetric in agreement&lt;/span&gt;&lt;/div&gt;&lt;/font&gt;" vertex="1">
          <mxGeometry height="170" width="390" x="400" y="2520" as="geometry" />
        </mxCell>
        <mxCell id="IS1pQjUSRLfmHb4GL3-O-62" parent="1" style="whiteSpace=wrap;html=1;rounded=0;" value="&lt;div&gt;&lt;font style=&quot;font-size: 18px;&quot;&gt;Output:&lt;/font&gt;&lt;/div&gt;&lt;div&gt;&lt;div style=&quot;&quot;&gt;&lt;div style=&quot;text-align: justify;&quot;&gt;&lt;span style=&quot;background-color: transparent; color: light-dark(rgb(0, 0, 0), rgb(255, 255, 255));&quot;&gt;&lt;font style=&quot;font-size: 18px;&quot;&gt;emerging genre trends&lt;/font&gt;&lt;/span&gt;&lt;/div&gt;&lt;font style=&quot;font-size: 18px;&quot;&gt;&lt;div style=&quot;text-align: justify;&quot;&gt;&lt;span style=&quot;background-color: transparent; color: light-dark(rgb(0, 0, 0), rgb(255, 255, 255));&quot;&gt;trend score&lt;/span&gt;&lt;/div&gt;&lt;div style=&quot;text-align: justify;&quot;&gt;&lt;span style=&quot;background-color: transparent; color: light-dark(rgb(0, 0, 0), rgb(255, 255, 255));&quot;&gt;supporting signals&lt;/span&gt;&lt;/div&gt;&lt;div style=&quot;text-align: justify;&quot;&gt;&lt;span style=&quot;background-color: transparent; color: light-dark(rgb(0, 0, 0), rgb(255, 255, 255));&quot;&gt;suggested LOFI action&lt;/span&gt;&lt;/div&gt;&lt;/font&gt;&lt;/div&gt;&lt;/div&gt;" vertex="1">
          <mxGeometry height="110" width="220" x="400" y="2700" as="geometry" />
        </mxCell>
        <mxCell id="IS1pQjUSRLfmHb4GL3-O-63" parent="1" style="whiteSpace=wrap;html=1;rounded=0;" value="&lt;span style=&quot;font-size: 36px;&quot;&gt;Lineup recomender&lt;/span&gt;" vertex="1">
          <mxGeometry height="60" width="320" x="840" y="2150" as="geometry" />
        </mxCell>
        <mxCell id="IS1pQjUSRLfmHb4GL3-O-64" parent="1" style="whiteSpace=wrap;html=1;rounded=0;" value="&lt;font style=&quot;font-size: 21px;&quot;&gt;Goal:&lt;/font&gt;&lt;div&gt;&lt;font style=&quot;font-size: 21px;&quot;&gt;suggest possible artist combinations based on history, lofi fit and momentum&lt;/font&gt;&lt;/div&gt;" vertex="1">
          <mxGeometry height="90" width="370" x="820" y="2240" as="geometry" />
        </mxCell>
        <mxCell id="IS1pQjUSRLfmHb4GL3-O-65" parent="1" style="whiteSpace=wrap;html=1;rounded=0;" value="&lt;font style=&quot;font-size: 17px;&quot;&gt;Inputs:&lt;/font&gt;&lt;div&gt;&lt;div style=&quot;&quot;&gt;&lt;div&gt;&lt;font style=&quot;font-size: 17px;&quot;&gt;historical LOFI lineups&lt;/font&gt;&lt;/div&gt;&lt;div&gt;&lt;font style=&quot;font-size: 17px;&quot;&gt;RA co-lineups&lt;/font&gt;&lt;/div&gt;&lt;div&gt;&lt;font style=&quot;font-size: 17px;&quot;&gt;artist similarity vectors&lt;/font&gt;&lt;/div&gt;&lt;div&gt;&lt;font style=&quot;font-size: 17px;&quot;&gt;genre compatibility&lt;/font&gt;&lt;/div&gt;&lt;div&gt;&lt;font style=&quot;font-size: 17px;&quot;&gt;momentum scores&lt;/font&gt;&lt;/div&gt;&lt;div&gt;&lt;font style=&quot;font-size: 17px;&quot;&gt;fees&lt;/font&gt;&lt;/div&gt;&lt;div&gt;&lt;font style=&quot;font-size: 17px;&quot;&gt;event type&lt;/font&gt;&lt;/div&gt;&lt;/div&gt;&lt;/div&gt;" vertex="1">
          <mxGeometry height="172" width="370" x="820" y="2338" as="geometry" />
        </mxCell>
        <mxCell id="IS1pQjUSRLfmHb4GL3-O-66" parent="1" style="whiteSpace=wrap;html=1;rounded=0;" value="&lt;div&gt;&lt;span style=&quot;font-size: 19px;&quot;&gt;Logic:&lt;/span&gt;&lt;/div&gt;&lt;font style=&quot;font-size: 19px;&quot;&gt;&lt;div style=&quot;text-align: justify;&quot;&gt;&lt;span style=&quot;background-color: transparent; color: light-dark(rgb(0, 0, 0), rgb(255, 255, 255));&quot;&gt;Anomaly detection =&lt;/span&gt;&lt;/div&gt;&lt;div style=&quot;text-align: justify;&quot;&gt;&lt;span style=&quot;background-color: transparent; color: light-dark(rgb(0, 0, 0), rgb(255, 255, 255));&quot;&gt;- z-score above genre baseline&lt;/span&gt;&lt;/div&gt;&lt;div style=&quot;text-align: justify;&quot;&gt;&lt;span style=&quot;background-color: transparent; color: light-dark(rgb(0, 0, 0), rgb(255, 255, 255));&quot;&gt;- sudden growth spikes&lt;/span&gt;&lt;/div&gt;&lt;div style=&quot;text-align: justify;&quot;&gt;&lt;span style=&quot;background-color: transparent; color: light-dark(rgb(0, 0, 0), rgb(255, 255, 255));&quot;&gt;- simultaneous growth across multiple artists&lt;/span&gt;&lt;/div&gt;&lt;div style=&quot;text-align: justify;&quot;&gt;&lt;span style=&quot;background-color: transparent; color: light-dark(rgb(0, 0, 0), rgb(255, 255, 255));&quot;&gt;-Reddit/RA/Chartmetric in agreement&lt;/span&gt;&lt;/div&gt;&lt;/font&gt;" vertex="1">
          <mxGeometry height="170" width="390" x="820" y="2520" as="geometry" />
        </mxCell>
        <mxCell id="IS1pQjUSRLfmHb4GL3-O-67" parent="1" style="whiteSpace=wrap;html=1;rounded=0;" value="&lt;div&gt;&lt;font style=&quot;font-size: 17px;&quot;&gt;Output:&lt;/font&gt;&lt;/div&gt;&lt;div&gt;&lt;div style=&quot;&quot;&gt;&lt;div style=&quot;text-align: justify;&quot;&gt;&lt;div&gt;&lt;font style=&quot;font-size: 17px;&quot;&gt;suggested lineup combinations&lt;/font&gt;&lt;/div&gt;&lt;div&gt;&lt;font style=&quot;font-size: 17px;&quot;&gt;similar artists&lt;/font&gt;&lt;/div&gt;&lt;div&gt;&lt;font style=&quot;font-size: 17px;&quot;&gt;support slot candidates&lt;/font&gt;&lt;/div&gt;&lt;div&gt;&lt;font style=&quot;font-size: 17px;&quot;&gt;risk/fit explanation&lt;/font&gt;&lt;/div&gt;&lt;/div&gt;&lt;/div&gt;&lt;/div&gt;" vertex="1">
          <mxGeometry height="110" width="370" x="820" y="2700" as="geometry" />
        </mxCell>
+         <mxCell id="IS1pQjUSRLfmHb4GL3-O-68" parent="1" style="rounded=0;whiteSpace=wrap;html=1;" value="&lt;font style=&quot;font-size: 72px;&quot;&gt;DASHBOARD&lt;/font&gt;" vertex="1">
+           <mxGeometry height="100" width="1320" x="-112" y="2970" as="geometry" />
+         </mxCell>
+         <mxCell id="IS1pQjUSRLfmHb4GL3-O-69" parent="1" style="whiteSpace=wrap;html=1;rounded=0;" value="&lt;span style=&quot;font-size: 17px;&quot;&gt;OPTIONAL: XGBOOST EXPLAINABILITY MODEL&lt;/span&gt;&lt;div&gt;&lt;span style=&quot;color: rgba(0, 0, 0, 0); font-family: monospace; font-size: 0px; text-align: start; white-space: nowrap;&quot;&gt;%3CmxGraphModel%3E%3Croot%3E%3CmxCell%20id%3D%220%22%2F%3E%3CmxCell%20id%3D%221%22%20parent%3D%220%22%2F%3E%3CmxCell%20id%3D%222%22%20parent%3D%221%22%20style%3D%22whiteSpace%3Dwrap%3Bhtml%3D1%3Brounded%3D0%3B%22%20value%3D%22%26lt%3Bdiv%26gt%3B%26lt%3Bfont%20style%3D%26quot%3Bfont-size%3A%2017px%3B%26quot%3B%26gt%3BOutput%3A%26lt%3B%2Ffont%26gt%3B%26lt%3B%2Fdiv%26gt%3B%26lt%3Bdiv%26gt%3B%26lt%3Bdiv%20style%3D%26quot%3B%26quot%3B%26gt%3B%26lt%3Bdiv%20style%3D%26quot%3Btext-align%3A%20justify%3B%26quot%3B%26gt%3B%26lt%3Bdiv%26gt%3B%26lt%3Bfont%20style%3D%26quot%3Bfont-size%3A%2017px%3B%26quot%3B%26gt%3Bsuggested%20lineup%20combinations%26lt%3B%2Ffont%26gt%3B%26lt%3B%2Fdiv%26gt%3B%26lt%3Bdiv%26gt%3B%26lt%3Bfont%20style%3D%26quot%3Bfont-size%3A%2017px%3B%26quot%3B%26gt%3Bsimilar%20artists%26lt%3B%2Ffont%26gt%3B%26lt%3B%2Fdiv%26gt%3B%26lt%3Bdiv%26gt%3B%26lt%3Bfont%20style%3D%26quot%3Bfont-size%3A%2017px%3B%26quot%3B%26gt%3Bsupport%20slot%20candidates%26lt%3B%2Ffont%26gt%3B%26lt%3B%2Fdiv%26gt%3B%26lt%3Bdiv%26gt%3B%26lt%3Bfont%20style%3D%26quot%3Bfont-size%3A%2017px%3B%26quot%3B%26gt%3Brisk%2Ffit%20explanation%26lt%3B%2Ffont%26gt%3B%26lt%3B%2Fdiv%26gt%3B%26lt%3B%2Fdiv%26gt%3B%26lt%3B%2Fdiv%26gt%3B%26lt%3B%2Fdiv%26gt%3B%22%20vertex%3D%221%22%3E%3CmxGeometry%20height%3D%22110%22%20width%3D%22370%22%20x%3D%22820%22%20y%3D%222700%22%20as%3D%22geometry%22%2F%3E%3C%2FmxCell%3E%3C%2Froot%3E%3C%2FmxGraphModel%3E&lt;/span&gt;&lt;span style=&quot;font-size: 17px;&quot;&gt;&lt;/span&gt;&lt;/div&gt;" vertex="1">
+           <mxGeometry height="110" width="370" x="-120" y="2800" as="geometry" />
+         </mxCell>
      </root>
    </mxGraphModel>
  </diagram>
</mxfile>
